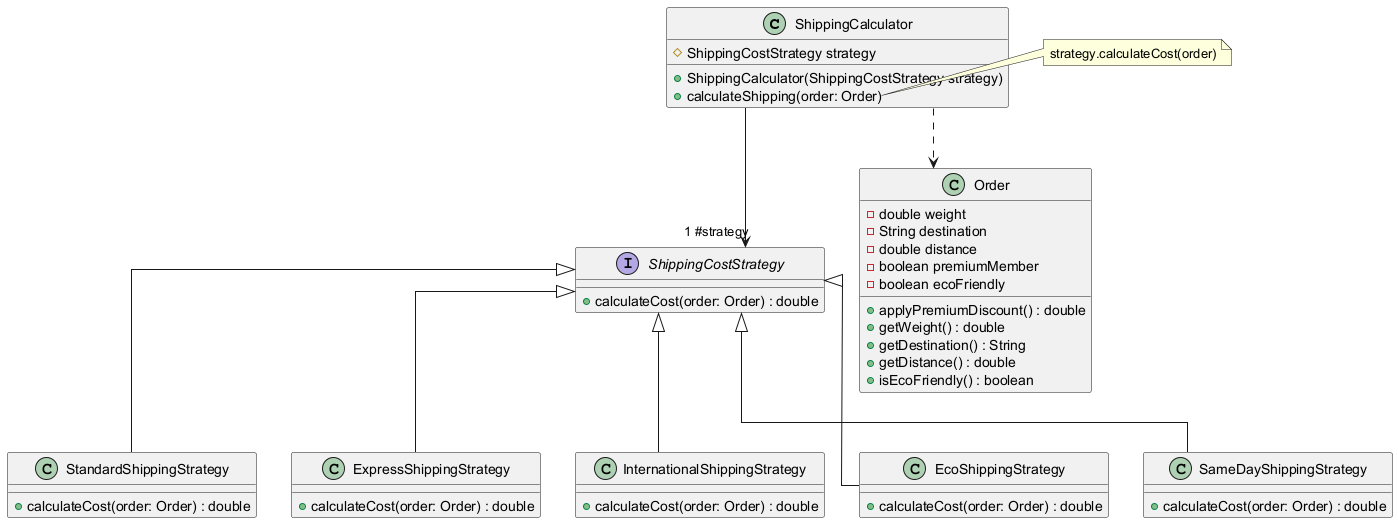
Above: src/strategyDiagram.png in Certurix/shipping-design-pattern (PlantUML), before the change.
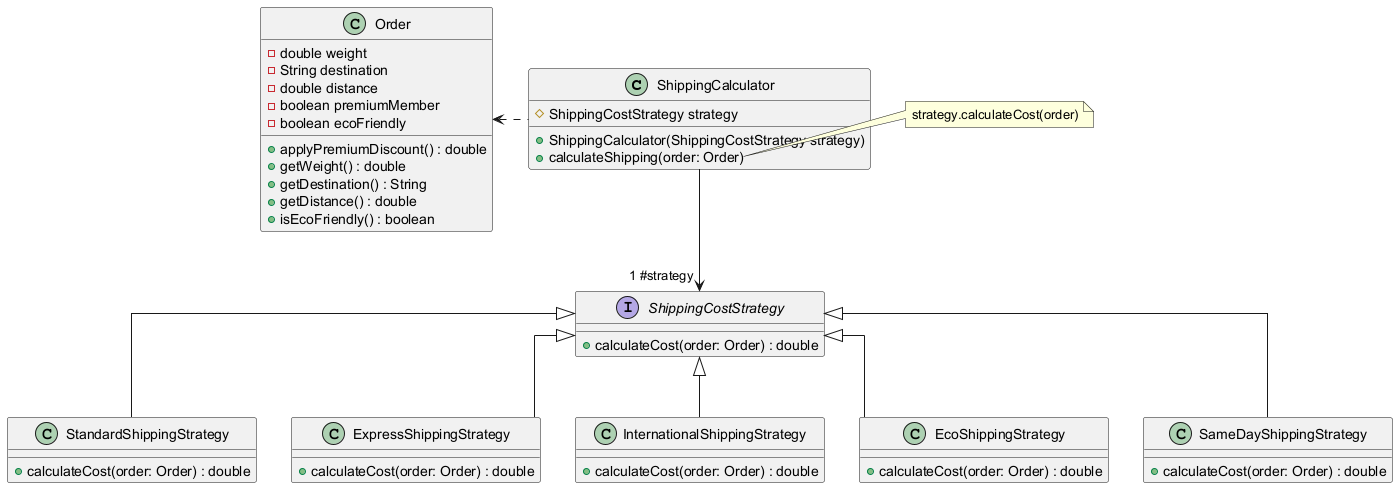
After the commit.

Commit message:
Modif diagramme

What changed in the source:
```diff
@@ -45,7 +45,7 @@
 	+ calculateCost(order: Order) : double
 }
 
-ShippingCalculator ..> Order
+ShippingCalculator .left.> Order
 StandardShippingStrategy -up-|> ShippingCostStrategy
 ExpressShippingStrategy -up-|> ShippingCostStrategy
 InternationalShippingStrategy -up-|> ShippingCostStrategy
```
